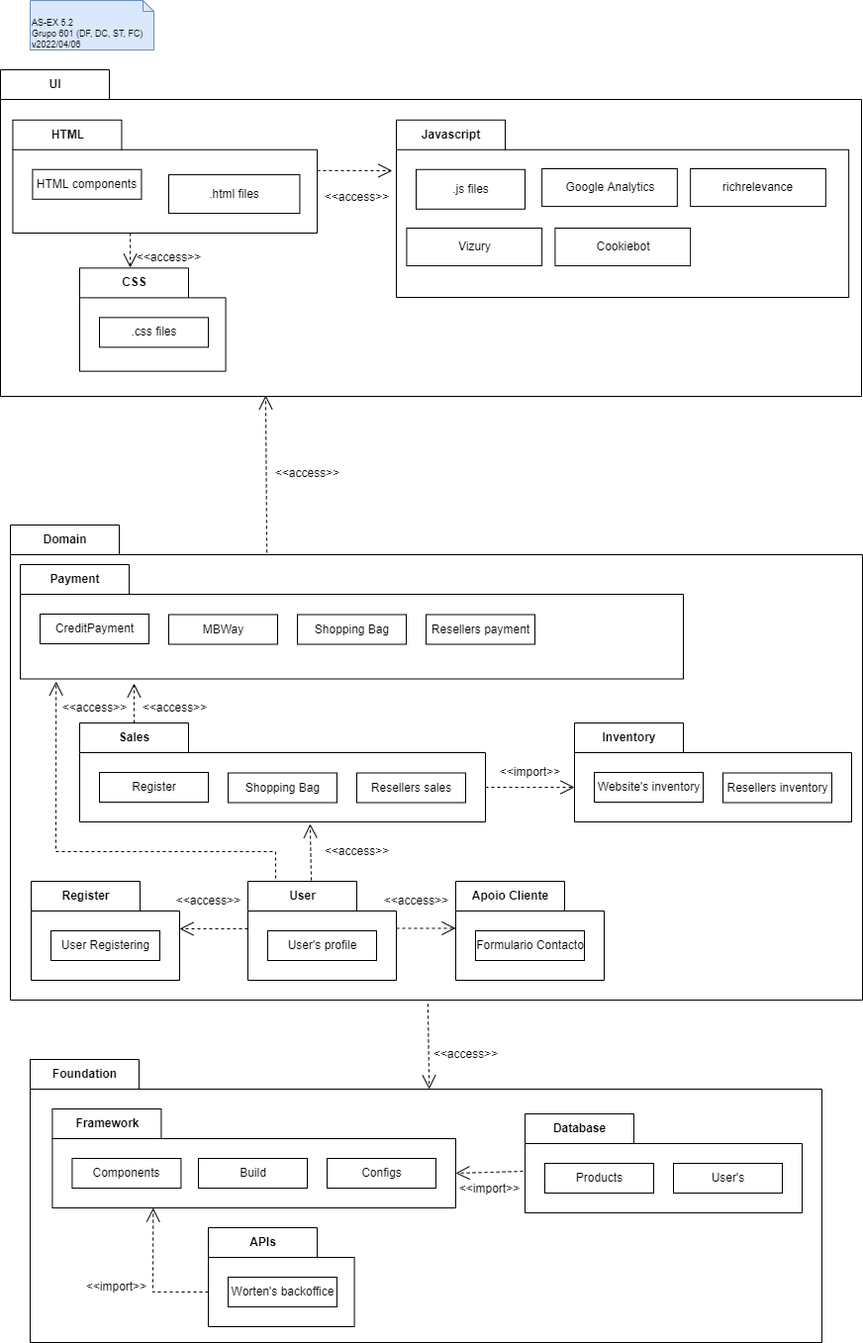
The draw.io diagram P/P05/P5-5.2.drawio.png in DavidAraujo98/AS, before a commit. Source tidied: cells renumbered, new cells last; positions are measured from the earlier drawing's top-left corner, leaving out a move shared by most shapes.
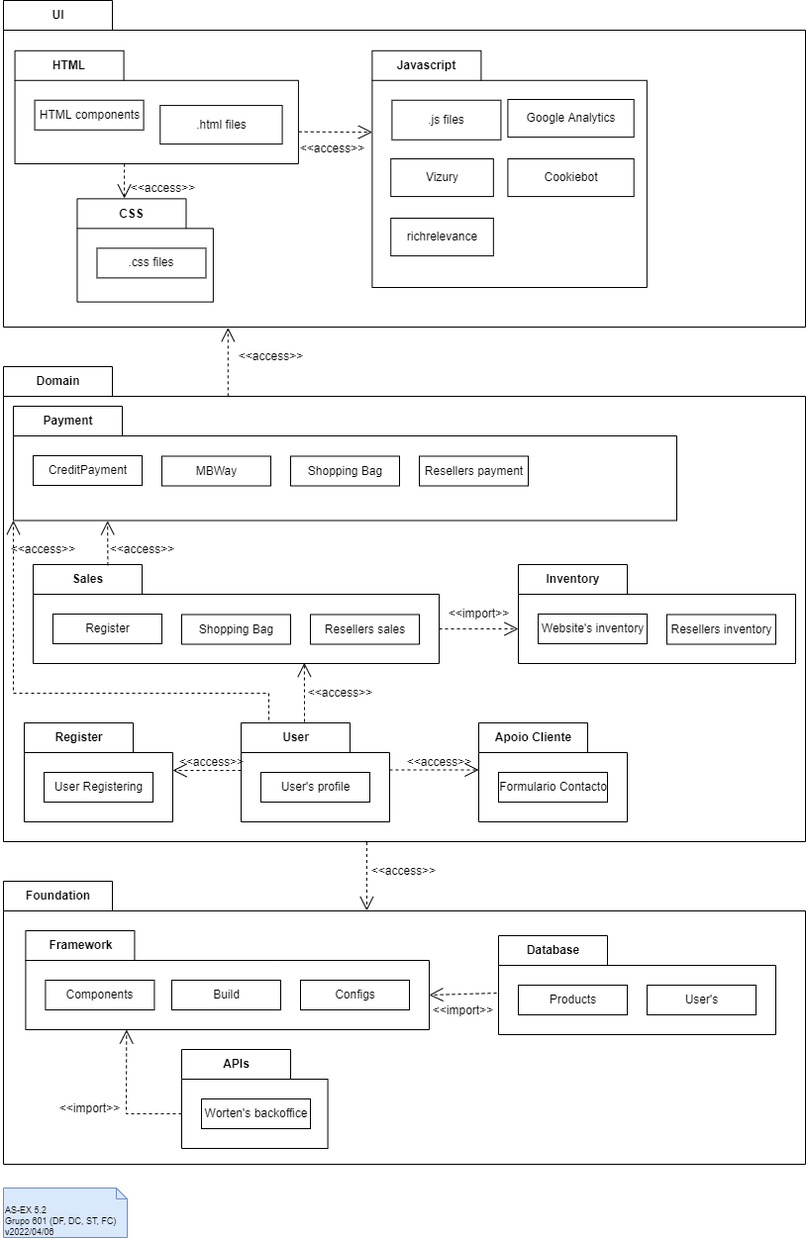
The same diagram one commit later.

The edit, as a diff of the source:
```diff
@@ -2,17 +2,17 @@
   <root>
-    <mxCell id="0" />
-    <mxCell id="1" parent="0" />
+    <mxCell id="45" />
+    <mxCell id="46" parent="45" />
-    <mxCell id="2" value="AS-EX 5.2&lt;br&gt;Grupo 601 (DF, DC, ST, FC)&lt;br&gt;v2022/04/06" style="shape=note2;boundedLbl=1;whiteSpace=wrap;html=1;size=11;verticalAlign=top;align=left;fontSize=9;fillColor=#dae8fc;strokeColor=#6c8ebf;" parent="1" vertex="1">
-      <mxGeometry width="125" height="50" as="geometry" />
+    <mxCell id="2" value="AS-EX 5.2&lt;br&gt;Grupo 601 (DF, DC, ST, FC)&lt;br&gt;v2022/04/06" style="shape=note2;boundedLbl=1;whiteSpace=wrap;html=1;size=11;verticalAlign=top;align=left;fontSize=9;fillColor=#dae8fc;strokeColor=#6c8ebf;" parent="46" vertex="1">
+      <mxGeometry x="-30" y="1270" width="125" height="50" as="geometry" />
     </mxCell>
-    <mxCell id="3" value="UI" style="shape=folder;fontStyle=1;tabWidth=110;tabHeight=30;tabPosition=left;html=1;boundedLbl=1;labelInHeader=1;" parent="1" vertex="1">
-      <mxGeometry y="80" width="720" height="260" as="geometry" />
+    <mxCell id="3" value="UI" style="shape=folder;fontStyle=1;tabWidth=110;tabHeight=30;tabPosition=left;html=1;boundedLbl=1;labelInHeader=1;" parent="46" vertex="1">
+      <mxGeometry x="-30" y="70" width="810" height="330" as="geometry" />
     </mxCell>
-    <mxCell id="4" style="html=1;strokeColor=none;fillColor=none;" parent="3" vertex="1">
-      <mxGeometry width="720" height="182" relative="1" as="geometry">
-        <mxPoint y="30" as="offset" />
-      </mxGeometry>
-    </mxCell>
+    <mxCell id="47" style="html=1;strokeColor=none;fillColor=none;" parent="3" vertex="1">
+      <mxGeometry width="762.91" height="231" relative="1" as="geometry">
+        <mxPoint y="30" as="offset" />
+      </mxGeometry>
+    </mxCell>
     <mxCell id="5" value="HTML" style="shape=folder;fontStyle=1;tabWidth=110;tabHeight=30;tabPosition=left;html=1;boundedLbl=1;labelInHeader=1;" parent="3" vertex="1">
-      <mxGeometry x="10.3" y="40" width="288" height="100" as="geometry" />
+      <mxGeometry x="11.6" y="50.8" width="286.4" height="114.2" as="geometry" />
     </mxCell>
@@ -24,6 +24,6 @@
     <mxCell id="7" value=".html files" style="html=1;" parent="5" vertex="1">
-      <mxGeometry x="154.3" y="50" width="113.1" height="30" as="geometry" />
+      <mxGeometry x="146.7" y="55.3" width="123.3" height="39" as="geometry" />
     </mxCell>
     <mxCell id="8" value="CSS" style="shape=folder;fontStyle=1;tabWidth=110;tabHeight=30;tabPosition=left;html=1;boundedLbl=1;labelInHeader=1;" parent="3" vertex="1">
-      <mxGeometry x="10.3" y="150" width="154.3" height="100" as="geometry" />
+      <mxGeometry x="74.5" y="200.4" width="137.4" height="104.3" as="geometry" />
     </mxCell>
@@ -35,6 +35,6 @@
     <mxCell id="10" value="Javascript" style="shape=folder;fontStyle=1;tabWidth=110;tabHeight=30;tabPosition=left;html=1;boundedLbl=1;labelInHeader=1;" parent="3" vertex="1">
-      <mxGeometry x="308.6" y="40" width="401.1" height="150" as="geometry" />
+      <mxGeometry x="372.4" y="50.8" width="277.5" height="239.2" as="geometry" />
     </mxCell>
     <mxCell id="11" value=".js files" style="html=1;" parent="10" vertex="1">
-      <mxGeometry width="110" height="30" relative="1" as="geometry">
+      <mxGeometry width="110" height="40" relative="1" as="geometry">
         <mxPoint x="20" y="50" as="offset" />
@@ -43,32 +43,82 @@
     <mxCell id="12" value="Google Analytics" style="html=1;" parent="10" vertex="1">
-      <mxGeometry x="149.1" y="50" width="113.1" height="30" as="geometry" />
+      <mxGeometry x="137" y="49.2" width="127.3" height="38.1" as="geometry" />
     </mxCell>
     <mxCell id="13" value="Cookiebot" style="html=1;" parent="10" vertex="1">
-      <mxGeometry x="149.1" y="100" width="113.1" height="30" as="geometry" />
+      <mxGeometry x="137" y="109.2" width="127.3" height="38.1" as="geometry" />
     </mxCell>
     <mxCell id="14" value="Vizury" style="html=1;" parent="10" vertex="1">
-      <mxGeometry x="20.6" y="100" width="113.1" height="30" as="geometry" />
+      <mxGeometry x="18.8" y="109.2" width="103.6" height="38.1" as="geometry" />
     </mxCell>
     <mxCell id="15" value="richrelevance" style="html=1;" parent="10" vertex="1">
-      <mxGeometry x="277.7" y="50" width="113.1" height="30" as="geometry" />
+      <mxGeometry x="18.8" y="169.2" width="103.6" height="38.1" as="geometry" />
     </mxCell>
+    <mxCell id="48" style="endArrow=open;endSize=12;dashed=1;html=1;rounded=0;entryX=0;entryY=0;entryDx=0;entryDy=82.3075;entryPerimeter=0;exitX=1.001;exitY=0.717;exitDx=0;exitDy=0;exitPerimeter=0;" parent="3" edge="1" source="5" target="10">
+      <mxGeometry relative="1" as="geometry" />
+    </mxCell>
+    <mxCell id="49" style="endArrow=open;endSize=12;dashed=1;html=1;rounded=0;entryX=0.013;entryY=0.982;entryDx=0;entryDy=0;entryPerimeter=0;exitX=0.386;exitY=1;exitDx=0;exitDy=0;exitPerimeter=0;" parent="3" edge="1" source="5" target="51">
+      <mxGeometry relative="1" as="geometry" />
+    </mxCell>
+    <mxCell id="50" value="&amp;lt;&amp;lt;access&amp;gt;&amp;gt;" style="text;html=1;align=center;verticalAlign=middle;fillColor=none;strokeColor=none;rounded=0;" parent="3" vertex="1">
+      <mxGeometry x="292.4" y="140" width="80" height="20" as="geometry" />
+    </mxCell>
+    <mxCell id="51" value="&amp;lt;&amp;lt;access&amp;gt;&amp;gt;" style="text;html=1;align=center;verticalAlign=middle;points=[];fillColor=none;strokeColor=none;rounded=0;" parent="3" vertex="1">
+      <mxGeometry x="121" y="180.4" width="80" height="20" as="geometry" />
+    </mxCell>
+    <mxCell id="35" value="Foundation" style="shape=folder;fontStyle=1;tabWidth=110;tabHeight=30;tabPosition=left;html=1;boundedLbl=1;labelInHeader=1;" parent="46" vertex="1">
+      <mxGeometry x="-30" y="960" width="810" height="286" as="geometry" />
+    </mxCell>
+    <mxCell id="36" value="Framework" style="shape=folder;fontStyle=1;tabWidth=110;tabHeight=30;tabPosition=left;html=1;boundedLbl=1;labelInHeader=1;" parent="35" vertex="1">
+      <mxGeometry x="22.4" y="50" width="407.6" height="100" as="geometry" />
+    </mxCell>
+    <mxCell id="37" value="Components" style="html=1;" parent="36" vertex="1">
+      <mxGeometry width="110" height="30" relative="1" as="geometry">
+        <mxPoint x="20" y="50" as="offset" />
+      </mxGeometry>
+    </mxCell>
+    <mxCell id="38" value="Build" style="html=1;" parent="36" vertex="1">
+      <mxGeometry x="147.6" y="50" width="110" height="30" as="geometry" />
+    </mxCell>
+    <mxCell id="39" value="Configs" style="html=1;" parent="36" vertex="1">
+      <mxGeometry x="277.6" y="50" width="110" height="30" as="geometry" />
+    </mxCell>
+    <mxCell id="40" value="Database" style="shape=folder;fontStyle=1;tabWidth=110;tabHeight=30;tabPosition=left;html=1;boundedLbl=1;labelInHeader=1;" parent="35" vertex="1">
+      <mxGeometry x="500" y="55" width="280" height="100" as="geometry" />
+    </mxCell>
+    <mxCell id="41" value="Products" style="html=1;" parent="40" vertex="1">
+      <mxGeometry width="110" height="30" relative="1" as="geometry">
+        <mxPoint x="20" y="50" as="offset" />
+      </mxGeometry>
+    </mxCell>
+    <mxCell id="42" value="User's" style="html=1;" parent="40" vertex="1">
+      <mxGeometry x="150" y="50" width="110" height="30" as="geometry" />
+    </mxCell>
+    <mxCell id="43" value="APIs" style="shape=folder;fontStyle=1;tabWidth=110;tabHeight=30;tabPosition=left;html=1;boundedLbl=1;labelInHeader=1;" parent="35" vertex="1">
+      <mxGeometry x="180" y="170" width="147.6" height="100" as="geometry" />
+    </mxCell>
+    <mxCell id="44" value="Worten's backoffice" style="html=1;" parent="43" vertex="1">
+      <mxGeometry width="110" height="30" relative="1" as="geometry">
+        <mxPoint x="20" y="50" as="offset" />
+      </mxGeometry>
+    </mxCell>
+    <mxCell id="52" style="endArrow=open;endSize=12;dashed=1;html=1;rounded=0;entryX=0;entryY=0;entryDx=407.57;entryDy=65;entryPerimeter=0;exitX=-0.007;exitY=0.58;exitDx=0;exitDy=0;exitPerimeter=0;" parent="35" edge="1" source="40" target="36">
+      <mxGeometry relative="1" as="geometry" />
+    </mxCell>
+    <mxCell id="53" value="&amp;lt;&amp;lt;import&amp;gt;&amp;gt;" style="text;html=1;align=center;verticalAlign=middle;fillColor=none;strokeColor=none;rounded=0;" parent="35" vertex="1">
+      <mxGeometry x="424" y="121" width="80" height="20" as="geometry" />
+    </mxCell>
+    <mxCell id="54" style="endArrow=open;endSize=12;dashed=1;html=1;rounded=0;entryX=0.25;entryY=1;entryDx=0;entryDy=0;entryPerimeter=0;exitX=0;exitY=0;exitDx=0;exitDy=65;exitPerimeter=0;" parent="35" edge="1" source="43" target="36">
+      <mxGeometry relative="1" as="geometry">
+        <Array as="points">
+          <mxPoint x="124" y="235" />
+        </Array>
+      </mxGeometry>
+    </mxCell>
+    <mxCell id="55" value="&amp;lt;&amp;lt;import&amp;gt;&amp;gt;" style="text;html=1;align=center;verticalAlign=middle;fillColor=none;strokeColor=none;rounded=0;" parent="35" vertex="1">
+      <mxGeometry x="47" y="220" width="80" height="20" as="geometry" />
+    </mxCell>
-    <mxCell id="16" value="Domain" style="shape=folder;fontStyle=1;tabWidth=110;tabHeight=30;tabPosition=left;html=1;boundedLbl=1;labelInHeader=1;" parent="1" vertex="1">
-      <mxGeometry y="360" width="720" height="390" as="geometry" />
+    <mxCell id="16" value="Domain" style="shape=folder;fontStyle=1;tabWidth=110;tabHeight=30;tabPosition=left;html=1;boundedLbl=1;labelInHeader=1;" parent="46" vertex="1">
+      <mxGeometry x="-30" y="440" width="810" height="480" as="geometry" />
     </mxCell>
-    <mxCell id="17" value="Sales" style="shape=folder;fontStyle=1;tabWidth=110;tabHeight=30;tabPosition=left;html=1;boundedLbl=1;labelInHeader=1;" parent="16" vertex="1">
-      <mxGeometry x="10" y="40" width="410" height="100" as="geometry" />
-    </mxCell>
-    <mxCell id="18" value="Register" style="html=1;" parent="17" vertex="1">
-      <mxGeometry width="110" height="30" relative="1" as="geometry">
-        <mxPoint x="20" y="50" as="offset" />
-      </mxGeometry>
-    </mxCell>
-    <mxCell id="19" value="Shopping Bag" style="html=1;" parent="17" vertex="1">
-      <mxGeometry x="150" y="50.5" width="110" height="30" as="geometry" />
-    </mxCell>
-    <mxCell id="20" value="Resellers sales" style="html=1;" parent="17" vertex="1">
-      <mxGeometry x="280" y="50.5" width="110" height="30" as="geometry" />
-    </mxCell>
     <mxCell id="21" value="Payment" style="shape=folder;fontStyle=1;tabWidth=110;tabHeight=30;tabPosition=left;html=1;boundedLbl=1;labelInHeader=1;" parent="16" vertex="1">
-      <mxGeometry x="10" y="155.5" width="540" height="100" as="geometry" />
+      <mxGeometry x="10" y="40" width="670" height="115.5" as="geometry" />
     </mxCell>
@@ -89,3 +139,3 @@
     <mxCell id="26" value="Inventory" style="shape=folder;fontStyle=1;tabWidth=110;tabHeight=30;tabPosition=left;html=1;boundedLbl=1;labelInHeader=1;" parent="16" vertex="1">
-      <mxGeometry x="430" y="40" width="280" height="100" as="geometry" />
+      <mxGeometry x="520" y="200" width="280" height="100" as="geometry" />
     </mxCell>
@@ -100,3 +150,3 @@
     <mxCell id="29" value="Register" style="shape=folder;fontStyle=1;tabWidth=110;tabHeight=30;tabPosition=left;html=1;boundedLbl=1;labelInHeader=1;" parent="16" vertex="1">
-      <mxGeometry x="10" y="270" width="150" height="100" as="geometry" />
+      <mxGeometry x="21" y="360" width="150" height="100" as="geometry" />
     </mxCell>
@@ -108,3 +158,3 @@
     <mxCell id="31" value="User" style="shape=folder;fontStyle=1;tabWidth=110;tabHeight=30;tabPosition=left;html=1;boundedLbl=1;labelInHeader=1;" parent="16" vertex="1">
-      <mxGeometry x="180" y="270" width="150" height="100" as="geometry" />
+      <mxGeometry x="240" y="360" width="150" height="100" as="geometry" />
     </mxCell>
@@ -116,3 +166,3 @@
     <mxCell id="33" value="Apoio Cliente" style="shape=folder;fontStyle=1;tabWidth=110;tabHeight=30;tabPosition=left;html=1;boundedLbl=1;labelInHeader=1;" parent="16" vertex="1">
-      <mxGeometry x="350" y="270" width="150" height="100" as="geometry" />
+      <mxGeometry x="480" y="360" width="150" height="100" as="geometry" />
     </mxCell>
@@ -123,38 +173,72 @@
     </mxCell>
-    <mxCell id="35" value="Foundation" style="shape=folder;fontStyle=1;tabWidth=110;tabHeight=30;tabPosition=left;html=1;boundedLbl=1;labelInHeader=1;" parent="1" vertex="1">
-      <mxGeometry y="770" width="720" height="290" as="geometry" />
-    </mxCell>
-    <mxCell id="36" value="Framework" style="shape=folder;fontStyle=1;tabWidth=110;tabHeight=30;tabPosition=left;html=1;boundedLbl=1;labelInHeader=1;" parent="35" vertex="1">
-      <mxGeometry x="12.4" y="50" width="407.6" height="100" as="geometry" />
-    </mxCell>
-    <mxCell id="37" value="Components" style="html=1;" parent="36" vertex="1">
-      <mxGeometry width="110" height="30" relative="1" as="geometry">
-        <mxPoint x="20" y="50" as="offset" />
-      </mxGeometry>
-    </mxCell>
-    <mxCell id="38" value="Build" style="html=1;" parent="36" vertex="1">
-      <mxGeometry x="147.6" y="50" width="110" height="30" as="geometry" />
-    </mxCell>
-    <mxCell id="39" value="Configs" style="html=1;" parent="36" vertex="1">
-      <mxGeometry x="277.6" y="50" width="110" height="30" as="geometry" />
-    </mxCell>
-    <mxCell id="40" value="Database" style="shape=folder;fontStyle=1;tabWidth=110;tabHeight=30;tabPosition=left;html=1;boundedLbl=1;labelInHeader=1;" parent="35" vertex="1">
-      <mxGeometry x="430" y="50" width="280" height="100" as="geometry" />
-    </mxCell>
-    <mxCell id="41" value="Products" style="html=1;" parent="40" vertex="1">
-      <mxGeometry width="110" height="30" relative="1" as="geometry">
-        <mxPoint x="20" y="50" as="offset" />
-      </mxGeometry>
-    </mxCell>
-    <mxCell id="42" value="User's" style="html=1;" parent="40" vertex="1">
-      <mxGeometry x="150" y="50" width="110" height="30" as="geometry" />
-    </mxCell>
-    <mxCell id="43" value="APIs" style="shape=folder;fontStyle=1;tabWidth=110;tabHeight=30;tabPosition=left;html=1;boundedLbl=1;labelInHeader=1;" parent="35" vertex="1">
-      <mxGeometry x="12.4" y="170" width="147.6" height="100" as="geometry" />
-    </mxCell>
-    <mxCell id="44" value="Worten's backoffice" style="html=1;" parent="43" vertex="1">
-      <mxGeometry width="110" height="30" relative="1" as="geometry">
-        <mxPoint x="20" y="50" as="offset" />
-      </mxGeometry>
-    </mxCell>
+    <mxCell id="17" value="Sales" style="shape=folder;fontStyle=1;tabWidth=110;tabHeight=30;tabPosition=left;html=1;boundedLbl=1;labelInHeader=1;" parent="16" vertex="1">
+      <mxGeometry x="30" y="200" width="410" height="100" as="geometry" />
+    </mxCell>
+    <mxCell id="18" value="Register" style="html=1;" parent="17" vertex="1">
+      <mxGeometry width="110" height="30" relative="1" as="geometry">
+        <mxPoint x="20" y="50" as="offset" />
+      </mxGeometry>
+    </mxCell>
+    <mxCell id="19" value="Shopping Bag" style="html=1;" parent="17" vertex="1">
+      <mxGeometry x="150" y="50.5" width="110" height="30" as="geometry" />
+    </mxCell>
+    <mxCell id="20" value="Resellers sales" style="html=1;" parent="17" vertex="1">
+      <mxGeometry x="280" y="50.5" width="110" height="30" as="geometry" />
+    </mxCell>
+    <mxCell id="56" style="endArrow=open;endSize=12;dashed=1;html=1;rounded=0;exitX=0.184;exitY=0.007;exitDx=0;exitDy=0;exitPerimeter=0;entryX=0.142;entryY=1.003;entryDx=0;entryDy=0;entryPerimeter=0;" parent="16" edge="1" source="17" target="21">
+      <mxGeometry relative="1" as="geometry" />
+    </mxCell>
+    <mxCell id="57" style="endArrow=open;endSize=12;dashed=1;html=1;rounded=0;entryX=0.668;entryY=0.993;entryDx=0;entryDy=0;entryPerimeter=0;exitX=0.427;exitY=-0.01;exitDx=0;exitDy=0;exitPerimeter=0;" parent="16" edge="1" source="31" target="17">
+      <mxGeometry relative="1" as="geometry" />
+    </mxCell>
+    <mxCell id="58" style="endArrow=open;endSize=12;dashed=1;html=1;rounded=0;entryX=0;entryY=0;entryDx=150;entryDy=65;entryPerimeter=0;exitX=0;exitY=0;exitDx=0;exitDy=65;exitPerimeter=0;" parent="16" edge="1">
+      <mxGeometry relative="1" as="geometry">
+        <mxPoint x="240" y="408" as="sourcePoint" />
+        <mxPoint x="171" y="408" as="targetPoint" />
+      </mxGeometry>
+    </mxCell>
+    <mxCell id="59" style="endArrow=open;endSize=12;dashed=1;html=1;rounded=0;entryX=0;entryY=0;entryDx=0;entryDy=47.5;entryPerimeter=0;exitX=0;exitY=0;exitDx=150;exitDy=47.5;exitPerimeter=0;" parent="16" edge="1" source="31" target="33">
+      <mxGeometry relative="1" as="geometry" />
+    </mxCell>
+    <mxCell id="60" style="endArrow=open;endSize=12;dashed=1;html=1;rounded=0;entryX=0;entryY=0;entryDx=0;entryDy=65;entryPerimeter=0;exitX=0;exitY=0;exitDx=410;exitDy=65;exitPerimeter=0;" parent="16" edge="1" source="17" target="26">
+      <mxGeometry relative="1" as="geometry" />
+    </mxCell>
+    <mxCell id="61" style="endArrow=open;endSize=12;dashed=1;html=1;rounded=0;entryX=0;entryY=0;entryDx=0;entryDy=115.5;entryPerimeter=0;exitX=0.187;exitY=-0.03;exitDx=0;exitDy=0;exitPerimeter=0;" parent="16" edge="1" source="31" target="21">
+      <mxGeometry relative="1" as="geometry">
+        <Array as="points">
+          <mxPoint x="268" y="330" />
+          <mxPoint x="10" y="330" />
+        </Array>
+      </mxGeometry>
+    </mxCell>
+    <mxCell id="62" value="&amp;lt;&amp;lt;import&amp;gt;&amp;gt;" style="text;html=1;align=center;verticalAlign=middle;fillColor=none;strokeColor=none;rounded=0;" parent="16" vertex="1">
+      <mxGeometry x="440" y="240" width="80" height="20" as="geometry" />
+    </mxCell>
+    <mxCell id="63" value="&amp;lt;&amp;lt;access&amp;gt;&amp;gt;" style="text;html=1;align=center;verticalAlign=middle;fillColor=none;strokeColor=none;rounded=0;" parent="16" vertex="1">
+      <mxGeometry x="100" y="175" width="80" height="20" as="geometry" />
+    </mxCell>
+    <mxCell id="64" value="&amp;lt;&amp;lt;access&amp;gt;&amp;gt;" style="text;html=1;align=center;verticalAlign=middle;fillColor=none;strokeColor=none;rounded=0;" parent="16" vertex="1">
+      <mxGeometry y="175" width="80" height="20" as="geometry" />
+    </mxCell>
+    <mxCell id="65" value="&amp;lt;&amp;lt;access&amp;gt;&amp;gt;" style="text;html=1;align=center;verticalAlign=middle;fillColor=none;strokeColor=none;rounded=0;" parent="16" vertex="1">
+      <mxGeometry x="400" y="390" width="80" height="20" as="geometry" />
+    </mxCell>
+    <mxCell id="66" value="&amp;lt;&amp;lt;access&amp;gt;&amp;gt;" style="text;html=1;align=center;verticalAlign=middle;fillColor=none;strokeColor=none;rounded=0;" parent="16" vertex="1">
+      <mxGeometry x="170" y="390" width="80" height="20" as="geometry" />
+    </mxCell>
+    <mxCell id="67" value="&amp;lt;&amp;lt;access&amp;gt;&amp;gt;" style="text;html=1;align=center;verticalAlign=middle;fillColor=none;strokeColor=none;rounded=0;" parent="16" vertex="1">
+      <mxGeometry x="300" y="320" width="80" height="20" as="geometry" />
+    </mxCell>
+    <mxCell id="68" style="endArrow=open;endSize=12;dashed=1;html=1;rounded=0;entryX=0.28;entryY=1.002;entryDx=0;entryDy=0;entryPerimeter=0;exitX=0.28;exitY=0.062;exitDx=0;exitDy=0;exitPerimeter=0;" parent="46" edge="1" source="16" target="3">
+      <mxGeometry relative="1" as="geometry" />
+    </mxCell>
+    <mxCell id="69" value="&amp;lt;&amp;lt;access&amp;gt;&amp;gt;" style="text;html=1;align=center;verticalAlign=middle;fillColor=none;strokeColor=none;rounded=0;" parent="46" vertex="1">
+      <mxGeometry x="200" y="420" width="80" height="20" as="geometry" />
+    </mxCell>
+    <mxCell id="70" style="endArrow=open;endSize=12;dashed=1;html=1;rounded=0;exitX=0.453;exitY=1.001;exitDx=0;exitDy=0;exitPerimeter=0;entryX=0.453;entryY=0.104;entryDx=0;entryDy=0;entryPerimeter=0;" parent="46" edge="1" source="16" target="35">
+      <mxGeometry relative="1" as="geometry" />
+    </mxCell>
+    <mxCell id="71" value="&amp;lt;&amp;lt;access&amp;gt;&amp;gt;" style="text;html=1;align=center;verticalAlign=middle;fillColor=none;strokeColor=none;rounded=0;" parent="46" vertex="1">
+      <mxGeometry x="334" y="940" width="80" height="20" as="geometry" />
+    </mxCell>
   </root>
```
